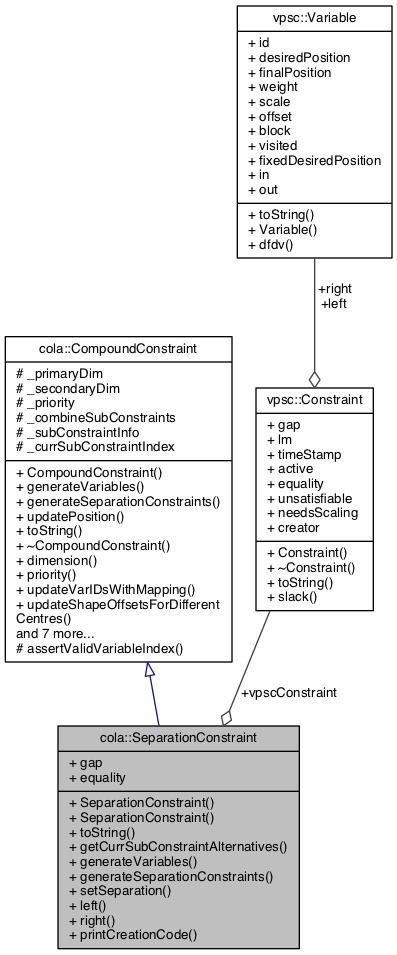
mjwybrow/adaptagrams keeps this Graphviz diagram as documentation/classcola_1_1SeparationConstraint__coll__graph.png. Above is the earlier version. Its source is kept beside it as documentation/classcola_1_1SeparationConstraint__coll__graph.dot.
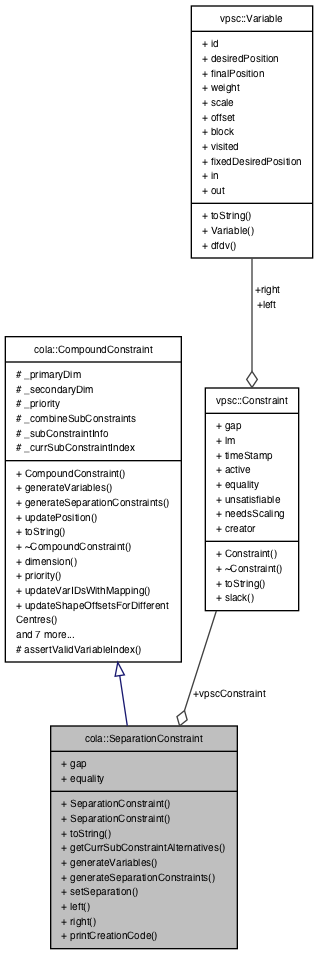
Above is the later version.

What changed in the source:
```diff
@@ -2,11 +2,11 @@
 {
   edge [fontname="Helvetica",fontsize="10",labelfontname="Helvetica",labelfontsize="10"];
   node [fontname="Helvetica",fontsize="10",shape=record];
-  Node1 [label="{cola::SeparationConstraint\n|+ gap\l+ equality\l|+ SeparationConstraint()\l+ SeparationConstraint()\l+ toString()\l+ getCurrSubConstraintAlternatives()\l+ generateVariables()\l+ generateSeparationConstraints()\l+ setSeparation()\l+ left()\l+ right()\l+ printCreationCode()\l}",height=0.2,width=0.4,color="black", fillcolor="grey75", style="filled", fontcolor="black"];
-  Node2 -> Node1 [dir="back",color="midnightblue",fontsize="10",style="solid",arrowtail="onormal",fontname="Helvetica"];
-  Node2 [label="{cola::CompoundConstraint\n|# _primaryDim\l# _secondaryDim\l# _priority\l# _combineSubConstraints\l# _subConstraintInfo\l# _currSubConstraintIndex\l|+ CompoundConstraint()\l+ generateVariables()\l+ generateSeparationConstraints()\l+ updatePosition()\l+ toString()\l+ ~CompoundConstraint()\l+ dimension()\l+ priority()\l+ updateVarIDsWithMapping()\l+ updateShapeOffsetsForDifferent\lCentres()\land 7 more...\l# assertValidVariableIndex()\l}",height=0.2,width=0.4,color="black", fillcolor="white", style="filled",URL="$classcola_1_1CompoundConstraint.html",tooltip="An abstract base class for all high-level compound constraints. "];
-  Node3 -> Node1 [color="grey25",fontsize="10",style="solid",label=" +vpscConstraint" ,arrowhead="odiamond",fontname="Helvetica"];
-  Node3 [label="{vpsc::Constraint\n|+ gap\l+ lm\l+ timeStamp\l+ active\l+ equality\l+ unsatisfiable\l+ needsScaling\l+ creator\l|+ Constraint()\l+ ~Constraint()\l+ toString()\l+ slack()\l}",height=0.2,width=0.4,color="black", fillcolor="white", style="filled",URL="$classvpsc_1_1Constraint.html",tooltip="A constraint determines a minimum or exact spacing required between two Variable objects. "];
-  Node4 -> Node3 [color="grey25",fontsize="10",style="solid",label=" +right\n+left" ,arrowhead="odiamond",fontname="Helvetica"];
-  Node4 [label="{vpsc::Variable\n|+ id\l+ desiredPosition\l+ finalPosition\l+ weight\l+ scale\l+ offset\l+ block\l+ visited\l+ fixedDesiredPosition\l+ in\l+ out\l|+ toString()\l+ Variable()\l+ dfdv()\l}",height=0.2,width=0.4,color="black", fillcolor="white", style="filled",URL="$classvpsc_1_1Variable.html",tooltip="A variable is comprised of an ideal position, final position and a weight. "];
+  Node2 [label="{cola::SeparationConstraint\n|+ gap\l+ equality\l|+ SeparationConstraint()\l+ SeparationConstraint()\l+ toString()\l+ getCurrSubConstraintAlternatives()\l+ generateVariables()\l+ generateSeparationConstraints()\l+ setSeparation()\l+ left()\l+ right()\l+ printCreationCode()\l}",height=0.2,width=0.4,color="black", fillcolor="grey75", style="filled", fontcolor="black"];
+  Node3 -> Node2 [dir="back",color="midnightblue",fontsize="10",style="solid",arrowtail="onormal",fontname="Helvetica"];
+  Node3 [label="{cola::CompoundConstraint\n|# _primaryDim\l# _secondaryDim\l# _priority\l# _combineSubConstraints\l# _subConstraintInfo\l# _currSubConstraintIndex\l|+ CompoundConstraint()\l+ generateVariables()\l+ generateSeparationConstraints()\l+ updatePosition()\l+ toString()\l+ ~CompoundConstraint()\l+ dimension()\l+ priority()\l+ updateVarIDsWithMapping()\l+ updateShapeOffsetsForDifferent\lCentres()\land 7 more...\l# assertValidVariableIndex()\l}",height=0.2,width=0.4,color="black", fillcolor="white", style="filled",URL="$classcola_1_1CompoundConstraint.html",tooltip="An abstract base class for all high-level compound constraints. "];
+  Node4 -> Node2 [color="grey25",fontsize="10",style="solid",label=" +vpscConstraint" ,arrowhead="odiamond",fontname="Helvetica"];
+  Node4 [label="{vpsc::Constraint\n|+ gap\l+ lm\l+ timeStamp\l+ active\l+ equality\l+ unsatisfiable\l+ needsScaling\l+ creator\l|+ Constraint()\l+ ~Constraint()\l+ toString()\l+ slack()\l}",height=0.2,width=0.4,color="black", fillcolor="white", style="filled",URL="$classvpsc_1_1Constraint.html",tooltip="A constraint determines a minimum or exact spacing required between two Variable objects. "];
+  Node5 -> Node4 [color="grey25",fontsize="10",style="solid",label=" +right\n+left" ,arrowhead="odiamond",fontname="Helvetica"];
+  Node5 [label="{vpsc::Variable\n|+ id\l+ desiredPosition\l+ finalPosition\l+ weight\l+ scale\l+ offset\l+ block\l+ visited\l+ fixedDesiredPosition\l+ in\l+ out\l|+ toString()\l+ Variable()\l+ dfdv()\l}",height=0.2,width=0.4,color="black", fillcolor="white", style="filled",URL="$classvpsc_1_1Variable.html",tooltip="A variable is comprised of an ideal position, final position and a weight. "];
 }
```
